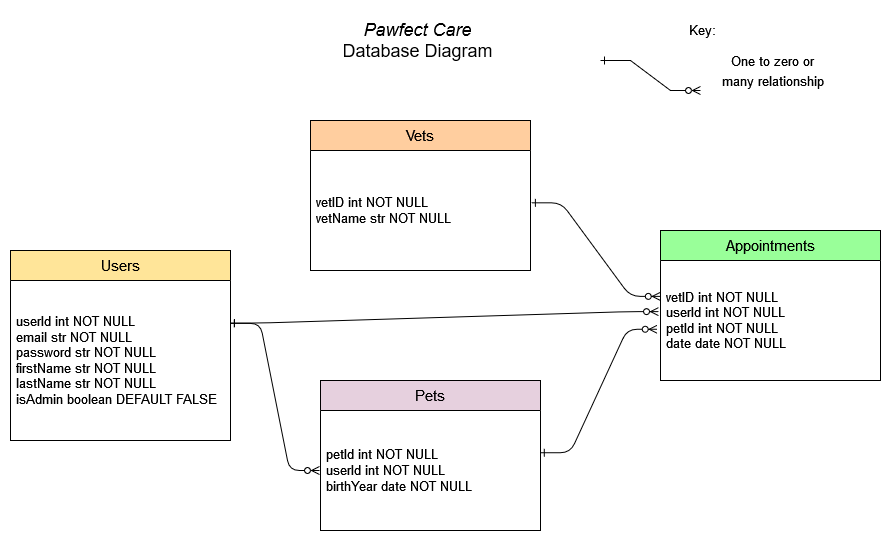
This is T3A2-A/docs/pawfect-care-db-relationships.drawio.png from tthecoder15/T3A2---MERN-App, a draw.io export, as it was before one commit. Source tidied: cells renumbered, new cells last; positions are measured from the earlier drawing's top-left corner, leaving out a move shared by most shapes.
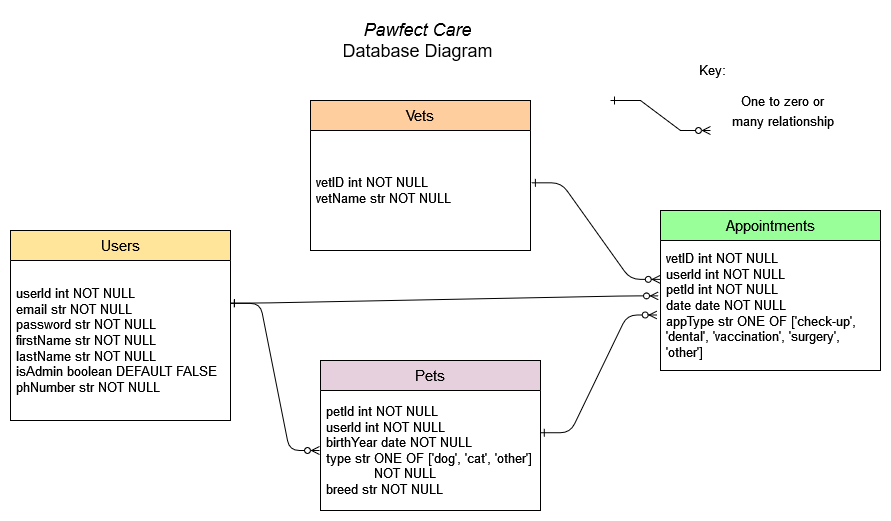
After the commit.

Diff of the diagram source:
```diff
@@ -16,20 +16,20 @@
     <mxCell id="5" value="&lt;font style=&quot;font-size: 15px;&quot;&gt;User&lt;/font&gt;&lt;font style=&quot;font-size: 15px;&quot;&gt;s&lt;/font&gt;" style="swimlane;fontStyle=0;horizontal=1;startSize=30;whiteSpace=wrap;html=1;fillColor=#FFE599;" parent="4" vertex="1">
       <mxGeometry y="130" width="220" height="190" as="geometry" />
     </mxCell>
-    <mxCell id="6" value="&lt;div style=&quot;font-size: 13px;&quot;&gt;&lt;font style=&quot;font-size: 13px;&quot;&gt;userId int NOT NULL&lt;br&gt;&lt;/font&gt;&lt;/div&gt;&lt;div style=&quot;font-size: 13px;&quot;&gt;&lt;font style=&quot;font-size: 13px;&quot;&gt;email str NOT NULL&lt;/font&gt;&lt;/div&gt;&lt;div style=&quot;font-size: 13px;&quot;&gt;&lt;font style=&quot;font-size: 13px;&quot;&gt;password str NOT NULL&lt;/font&gt;&lt;/div&gt;&lt;div style=&quot;font-size: 13px;&quot;&gt;&lt;font style=&quot;font-size: 13px;&quot;&gt;firstName str NOT NULL&lt;/font&gt;&lt;/div&gt;&lt;div style=&quot;font-size: 13px;&quot;&gt;&lt;font style=&quot;font-size: 13px;&quot;&gt;lastName str NOT NULL&lt;/font&gt;&lt;/div&gt;&lt;div style=&quot;font-size: 13px;&quot;&gt;&lt;font style=&quot;font-size: 13px;&quot;&gt;&lt;font style=&quot;font-size: 13px;&quot;&gt;isAdmin boolean DEFAULT FALSE&lt;/font&gt;&lt;font style=&quot;font-size: 13px;&quot;&gt;&lt;br&gt;&lt;/font&gt;&lt;/font&gt;&lt;/div&gt;" style="text;strokeColor=none;fillColor=none;align=left;verticalAlign=middle;spacingLeft=4;spacingRight=4;overflow=hidden;points=[[0,0.5],[1,0.5]];portConstraint=eastwest;whiteSpace=wrap;html=1;" parent="5" vertex="1">
+    <mxCell id="6" value="&lt;div style=&quot;font-size: 13px;&quot;&gt;&lt;font style=&quot;font-size: 13px;&quot;&gt;userId int NOT NULL&lt;br&gt;&lt;/font&gt;&lt;/div&gt;&lt;div style=&quot;font-size: 13px;&quot;&gt;&lt;font style=&quot;font-size: 13px;&quot;&gt;email str NOT NULL&lt;/font&gt;&lt;/div&gt;&lt;div style=&quot;font-size: 13px;&quot;&gt;&lt;font style=&quot;font-size: 13px;&quot;&gt;password str NOT NULL&lt;/font&gt;&lt;/div&gt;&lt;div style=&quot;font-size: 13px;&quot;&gt;&lt;font style=&quot;font-size: 13px;&quot;&gt;firstName str NOT NULL&lt;/font&gt;&lt;/div&gt;&lt;div style=&quot;font-size: 13px;&quot;&gt;&lt;font style=&quot;font-size: 13px;&quot;&gt;lastName str NOT NULL&lt;/font&gt;&lt;/div&gt;&lt;div style=&quot;font-size: 13px;&quot;&gt;&lt;font style=&quot;font-size: 13px;&quot;&gt;&lt;font style=&quot;font-size: 13px;&quot;&gt;isAdmin boolean DEFAULT FALSE&lt;/font&gt;&lt;/font&gt;&lt;/div&gt;&lt;div style=&quot;font-size: 13px;&quot;&gt;&lt;font style=&quot;font-size: 13px;&quot;&gt;&lt;font style=&quot;font-size: 13px;&quot;&gt;phNumber str NOT NULL&lt;br&gt;&lt;/font&gt;&lt;/font&gt;&lt;/div&gt;" style="text;strokeColor=none;fillColor=none;align=left;verticalAlign=middle;spacingLeft=4;spacingRight=4;overflow=hidden;points=[[0,0.5],[1,0.5]];portConstraint=eastwest;whiteSpace=wrap;html=1;" parent="5" vertex="1">
       <mxGeometry y="30" width="220" height="160" as="geometry" />
     </mxCell>
     <mxCell id="7" value="&lt;font style=&quot;font-size: 15px;&quot;&gt;Pets&lt;/font&gt;" style="swimlane;fontStyle=0;horizontal=1;startSize=30;whiteSpace=wrap;html=1;fillColor=#E6D0DE;" parent="4" vertex="1">
       <mxGeometry x="310" y="260" width="220" height="150" as="geometry" />
     </mxCell>
-    <mxCell id="8" value="&lt;div style=&quot;font-size: 13px;&quot;&gt;&lt;font style=&quot;font-size: 13px;&quot;&gt;petId int NOT NULL&lt;/font&gt;&lt;/div&gt;&lt;div style=&quot;font-size: 13px;&quot;&gt;&lt;font style=&quot;font-size: 13px;&quot;&gt;userId int NOT NULL&lt;/font&gt;&lt;/div&gt;&lt;font style=&quot;font-size: 13px;&quot;&gt;birthYear date NOT NULL&lt;/font&gt;" style="text;strokeColor=none;fillColor=none;align=left;verticalAlign=middle;spacingLeft=4;spacingRight=4;overflow=hidden;points=[[0,0.5],[1,0.5]];portConstraint=eastwest;whiteSpace=wrap;html=1;" parent="7" vertex="1">
+    <mxCell id="8" value="&lt;div style=&quot;font-size: 13px;&quot;&gt;&lt;font style=&quot;font-size: 13px;&quot;&gt;petId int NOT NULL&lt;/font&gt;&lt;/div&gt;&lt;div style=&quot;font-size: 13px;&quot;&gt;&lt;font style=&quot;font-size: 13px;&quot;&gt;userId int NOT NULL&lt;/font&gt;&lt;/div&gt;&lt;div&gt;&lt;font style=&quot;font-size: 13px;&quot;&gt;birthYear date NOT NULL&lt;/font&gt;&lt;/div&gt;&lt;div&gt;&lt;font style=&quot;font-size: 13px;&quot;&gt;type str ONE OF ['dog', 'cat', 'other']&lt;/font&gt;&lt;/div&gt;&lt;div&gt;&lt;font style=&quot;font-size: 13px;&quot;&gt;&lt;span style=&quot;white-space: pre;&quot;&gt;&#9;&lt;/span&gt;&lt;span style=&quot;white-space: pre;&quot;&gt;&#9;&lt;/span&gt;NOT NULL&lt;/font&gt;&lt;/div&gt;&lt;div&gt;&lt;font style=&quot;font-size: 13px;&quot;&gt;breed str NOT NULL&lt;br&gt;&lt;/font&gt;&lt;/div&gt;" style="text;strokeColor=none;fillColor=none;align=left;verticalAlign=middle;spacingLeft=4;spacingRight=4;overflow=hidden;points=[[0,0.5],[1,0.5]];portConstraint=eastwest;whiteSpace=wrap;html=1;" parent="7" vertex="1">
       <mxGeometry y="30" width="220" height="120" as="geometry" />
     </mxCell>
     <mxCell id="9" value="&lt;font style=&quot;font-size: 15px;&quot;&gt;Appointment&lt;/font&gt;&lt;font style=&quot;font-size: 15px;&quot;&gt;s&lt;/font&gt;" style="swimlane;fontStyle=0;horizontal=1;startSize=30;whiteSpace=wrap;html=1;fillColor=#99FF99;" parent="4" vertex="1">
-      <mxGeometry x="650" y="110" width="220" height="150" as="geometry" />
+      <mxGeometry x="650" y="110" width="220" height="160" as="geometry" />
     </mxCell>
-    <mxCell id="10" value="&lt;div style=&quot;font-size: 13px;&quot;&gt;&lt;div style=&quot;font-size: 13px;&quot;&gt;&lt;div style=&quot;font-size: 13px;&quot;&gt;&lt;font style=&quot;font-size: 13px;&quot;&gt;vetID int NOT NULL&lt;br&gt;&lt;/font&gt;&lt;/div&gt;&lt;font style=&quot;font-size: 13px;&quot;&gt;&lt;/font&gt;&lt;/div&gt;&lt;div style=&quot;font-size: 13px;&quot;&gt;&lt;font style=&quot;font-size: 13px;&quot;&gt;userId int NOT NULL&lt;/font&gt;&lt;/div&gt;&lt;font style=&quot;font-size: 13px;&quot;&gt;&lt;/font&gt;&lt;/div&gt;&lt;div style=&quot;font-size: 13px;&quot;&gt;&lt;font style=&quot;font-size: 13px;&quot;&gt;petId int NOT NULL&lt;/font&gt;&lt;/div&gt;&lt;div style=&quot;font-size: 13px;&quot;&gt;&lt;font style=&quot;font-size: 13px;&quot;&gt;date date NOT NULL&lt;/font&gt;&lt;/div&gt;" style="text;strokeColor=none;fillColor=none;align=left;verticalAlign=middle;spacingLeft=4;spacingRight=4;overflow=hidden;points=[[0,0.5],[1,0.5]];portConstraint=eastwest;whiteSpace=wrap;html=1;" parent="9" vertex="1">
-      <mxGeometry y="30" width="220" height="120" as="geometry" />
+    <mxCell id="10" value="&lt;div style=&quot;font-size: 13px;&quot;&gt;&lt;div&gt;&lt;div&gt;&lt;font style=&quot;font-size: 13px;&quot;&gt;vetID int NOT NULL&lt;br&gt;&lt;/font&gt;&lt;/div&gt;&lt;font style=&quot;font-size: 13px;&quot;&gt;&lt;/font&gt;&lt;/div&gt;&lt;div&gt;&lt;font style=&quot;font-size: 13px;&quot;&gt;userId int NOT NULL&lt;/font&gt;&lt;/div&gt;&lt;font style=&quot;font-size: 13px;&quot;&gt;&lt;/font&gt;&lt;/div&gt;&lt;div style=&quot;font-size: 13px;&quot;&gt;&lt;font style=&quot;font-size: 13px;&quot;&gt;petId int NOT NULL&lt;/font&gt;&lt;/div&gt;&lt;div style=&quot;font-size: 13px;&quot;&gt;&lt;font style=&quot;font-size: 13px;&quot;&gt;date date NOT NULL&lt;/font&gt;&lt;/div&gt;&lt;div style=&quot;font-size: 13px;&quot;&gt;&lt;font style=&quot;font-size: 13px;&quot;&gt;appType str ONE OF ['check-up', 'dental', 'vaccination', 'surgery', 'other']&lt;br&gt;&lt;/font&gt;&lt;/div&gt;" style="text;strokeColor=none;fillColor=none;align=left;verticalAlign=middle;spacingLeft=4;spacingRight=4;overflow=hidden;points=[[0,0.5],[1,0.5]];portConstraint=eastwest;whiteSpace=wrap;html=1;" parent="9" vertex="1">
+      <mxGeometry y="30" width="220" height="130" as="geometry" />
     </mxCell>
     <mxCell id="11" value="&lt;font style=&quot;font-size: 15px;&quot;&gt;V&lt;/font&gt;&lt;font style=&quot;font-size: 15px;&quot;&gt;ets&lt;/font&gt;" style="swimlane;fontStyle=0;horizontal=1;startSize=30;whiteSpace=wrap;html=1;fillColor=#FFCE9F;" parent="4" vertex="1">
       <mxGeometry x="300" width="220" height="150" as="geometry" />
@@ -46,20 +46,23 @@
     <mxCell id="15" style="edgeStyle=entityRelationEdgeStyle;endArrow=ERzeroToMany;startArrow=ERone;endFill=1;startFill=0;exitX=1.004;exitY=0.436;exitDx=0;exitDy=0;exitPerimeter=0;entryX=-0.001;entryY=0.299;entryDx=0;entryDy=0;entryPerimeter=0;" parent="4" edge="1" source="12" target="10">
       <mxGeometry relative="1" as="geometry" />
     </mxCell>
-    <mxCell id="16" value="&lt;div style=&quot;font-size: 18px;&quot;&gt;&lt;font style=&quot;font-size: 18px;&quot;&gt;&lt;i style=&quot;font-size: 18px;&quot;&gt;Pawfect Care&lt;br style=&quot;font-size: 18px;&quot;&gt;&lt;/i&gt;&lt;/font&gt;&lt;/div&gt;&lt;div style=&quot;font-size: 18px;&quot;&gt;&lt;font style=&quot;font-size: 18px;&quot;&gt;Database &lt;font style=&quot;font-size: 18px;&quot;&gt;Diagram&lt;/font&gt;&lt;font style=&quot;font-size: 18px;&quot;&gt;&lt;br style=&quot;font-size: 18px;&quot;&gt;&lt;/font&gt;&lt;/font&gt;&lt;/div&gt;" style="text;html=1;align=center;verticalAlign=middle;whiteSpace=wrap;rounded=0;fontSize=18;" parent="1" vertex="1">
-      <mxGeometry x="320" width="175" height="60" as="geometry" />
-    </mxCell>
+    <mxCell id="20" style="group;" parent="4" vertex="1">
+      <mxGeometry x="600" y="-50" width="225" height="80" as="geometry" />
+    </mxCell>
-    <mxCell id="17" style="edgeStyle=entityRelationEdgeStyle;fontSize=12;html=1;endArrow=ERzeroToMany;startArrow=ERone;rounded=0;startFill=0;endFill=0;" parent="1" edge="1">
+    <mxCell id="17" style="edgeStyle=entityRelationEdgeStyle;fontSize=12;html=1;endArrow=ERzeroToMany;startArrow=ERone;rounded=0;startFill=0;endFill=0;" parent="20" edge="1">
       <mxGeometry relative="1" as="geometry">
-        <mxPoint x="590" y="50" as="sourcePoint" />
-        <mxPoint x="690" y="80" as="targetPoint" />
+        <mxPoint y="50" as="sourcePoint" />
+        <mxPoint x="100" y="80" as="targetPoint" />
       </mxGeometry>
     </mxCell>
-    <mxCell id="18" value="&lt;font style=&quot;font-size: 13px;&quot;&gt;Key:&lt;/font&gt;" style="text;html=1;align=center;verticalAlign=middle;whiteSpace=wrap;rounded=0;fontSize=13;" parent="1" vertex="1">
-      <mxGeometry x="640" width="105" height="40" as="geometry" />
+    <mxCell id="18" value="&lt;font style=&quot;font-size: 13px;&quot;&gt;Key:&lt;/font&gt;" style="text;html=1;align=center;verticalAlign=middle;whiteSpace=wrap;rounded=0;fontSize=13;" parent="20" vertex="1">
+      <mxGeometry x="50" width="105" height="40" as="geometry" />
     </mxCell>
-    <mxCell id="19" value="&lt;font style=&quot;font-size: 13px;&quot;&gt;One to zero or many relationship&lt;/font&gt;" style="text;html=1;align=center;verticalAlign=middle;whiteSpace=wrap;rounded=0;fontSize=17;" parent="1" vertex="1">
-      <mxGeometry x="710" y="40" width="105" height="40" as="geometry" />
+    <mxCell id="19" value="&lt;font style=&quot;font-size: 13px;&quot;&gt;One to zero or many relationship&lt;/font&gt;" style="text;html=1;align=center;verticalAlign=middle;whiteSpace=wrap;rounded=0;fontSize=17;" parent="20" vertex="1">
+      <mxGeometry x="120" y="40" width="105" height="40" as="geometry" />
     </mxCell>
+    <mxCell id="16" value="&lt;div style=&quot;font-size: 18px;&quot;&gt;&lt;font style=&quot;font-size: 18px;&quot;&gt;&lt;i style=&quot;font-size: 18px;&quot;&gt;Pawfect Care&lt;br style=&quot;font-size: 18px;&quot;&gt;&lt;/i&gt;&lt;/font&gt;&lt;/div&gt;&lt;div style=&quot;font-size: 18px;&quot;&gt;&lt;font style=&quot;font-size: 18px;&quot;&gt;Database &lt;font style=&quot;font-size: 18px;&quot;&gt;Diagram&lt;/font&gt;&lt;font style=&quot;font-size: 18px;&quot;&gt;&lt;br style=&quot;font-size: 18px;&quot;&gt;&lt;/font&gt;&lt;/font&gt;&lt;/div&gt;" style="text;html=1;align=center;verticalAlign=middle;whiteSpace=wrap;rounded=0;fontSize=18;" parent="1" vertex="1">
+      <mxGeometry x="320" y="20" width="175" height="60" as="geometry" />
+    </mxCell>
   </root>
 </mxGraphModel>
```
